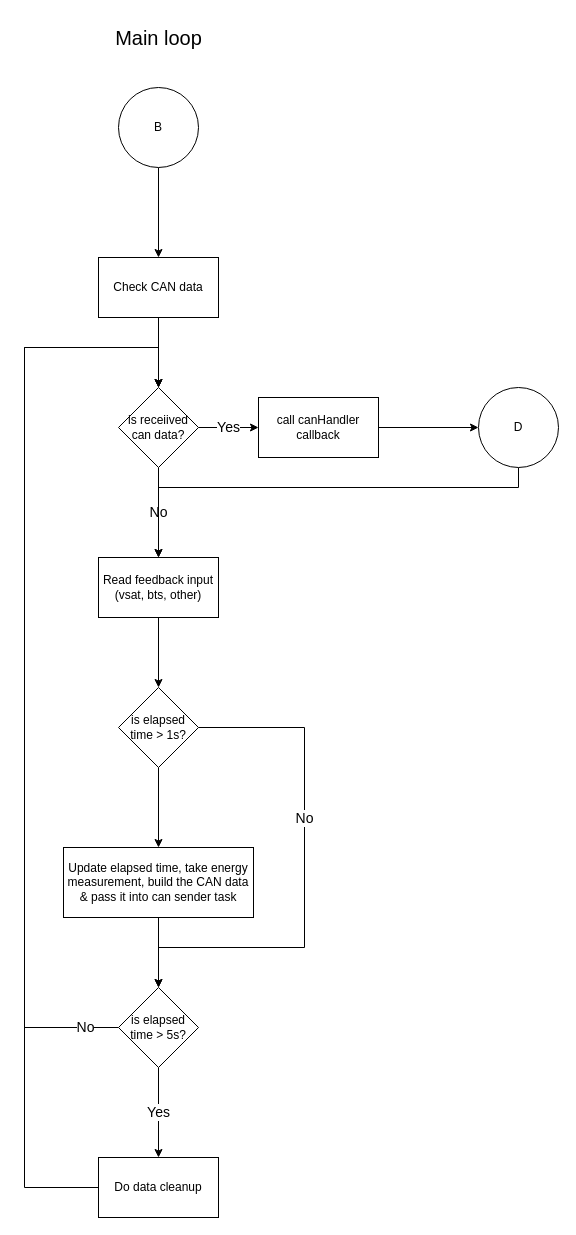
This is main loop flowchart.drawio from thomsardi/stm32-lvd, a draw.io file, before an edit. Source tidied: cells renumbered, new cells numbered last; positions are measured from the earlier drawing's top-left corner, leaving out a move shared by most shapes. Both pictures are drawn from the tidied source at 100%, with x=0, y=0 at pixel (24, 17).
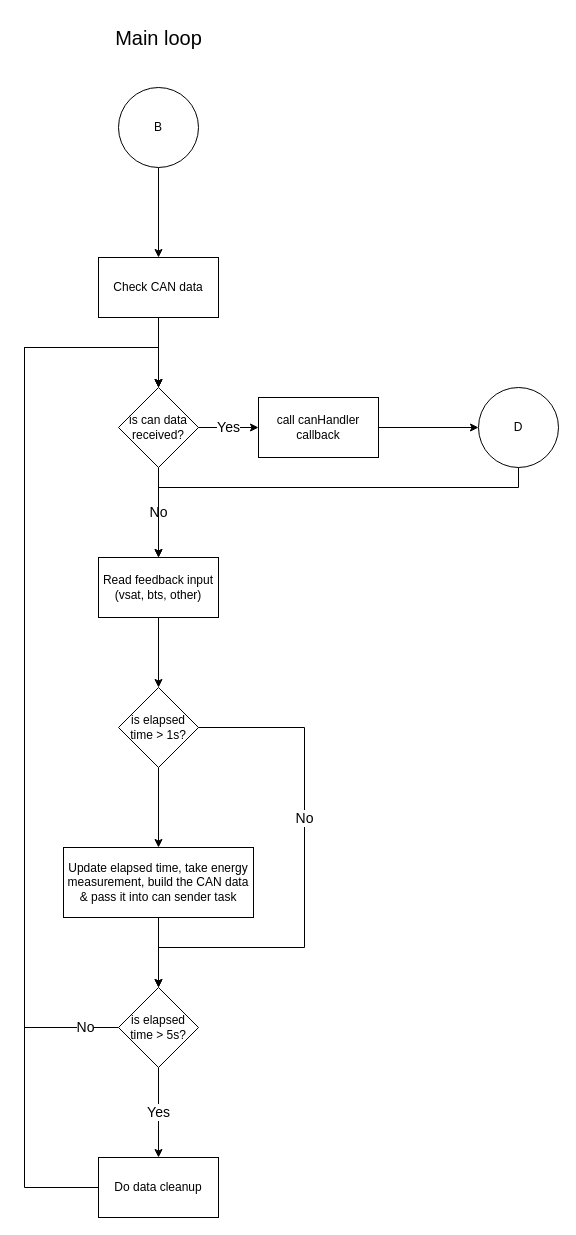
The same diagram, later.

What changed in the source:
```diff
@@
-    <mxCell id="9" value="is receiived can data?" style="rhombus;whiteSpace=wrap;html=1;" parent="1" vertex="1">
+    <mxCell id="9" value="is can data received?" style="rhombus;whiteSpace=wrap;html=1;" parent="1" vertex="1">
       <mxGeometry x="94" y="370" width="80" height="80" as="geometry" />
     </mxCell>
```
